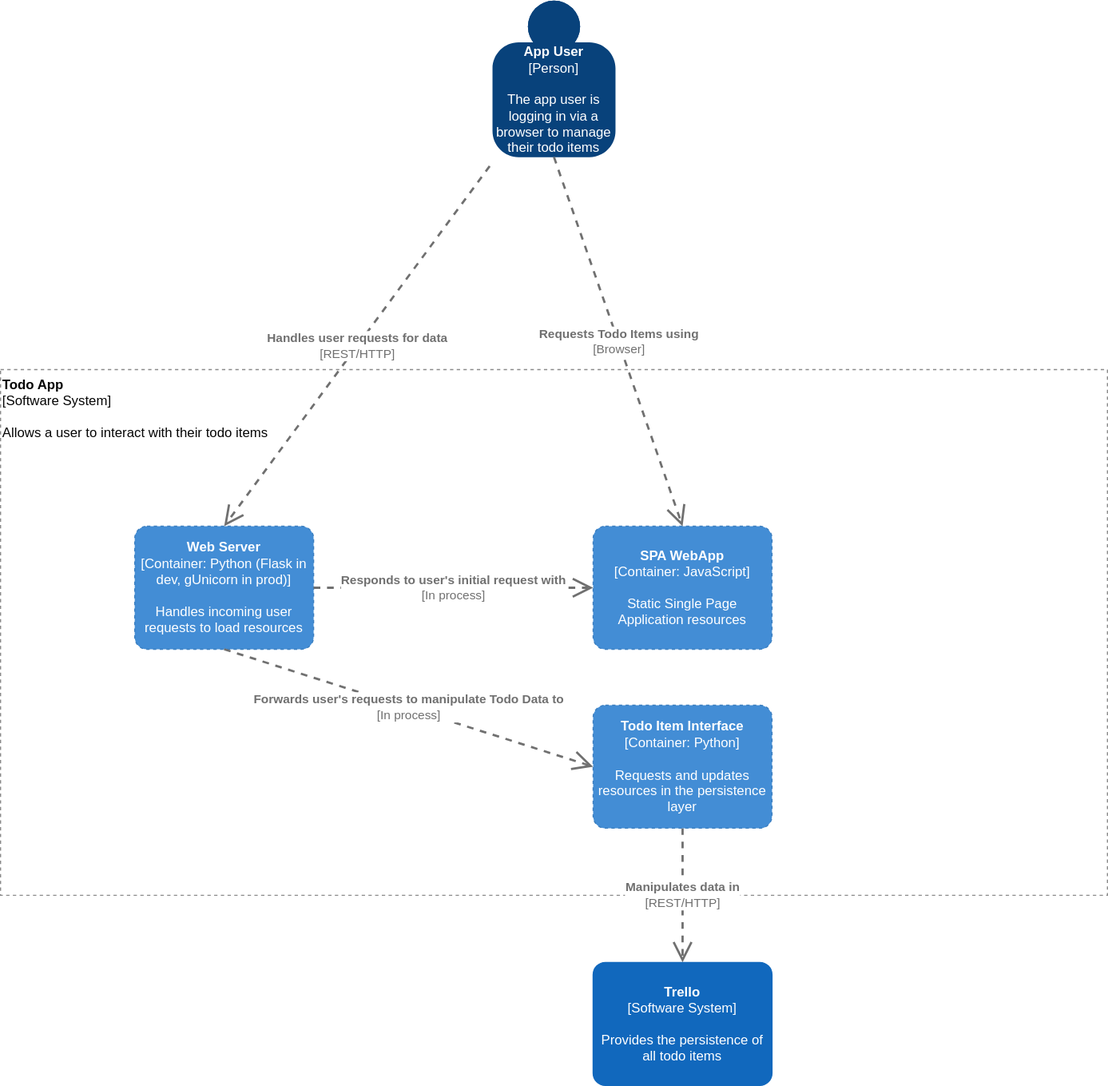
The draw.io diagram documentation/container.svg in pavittr/DevOps-Course-Starter, before a commit. Source tidied: cells renumbered, new cells last; positions are measured from the earlier drawing's top-left corner, leaving out a move shared by most shapes.
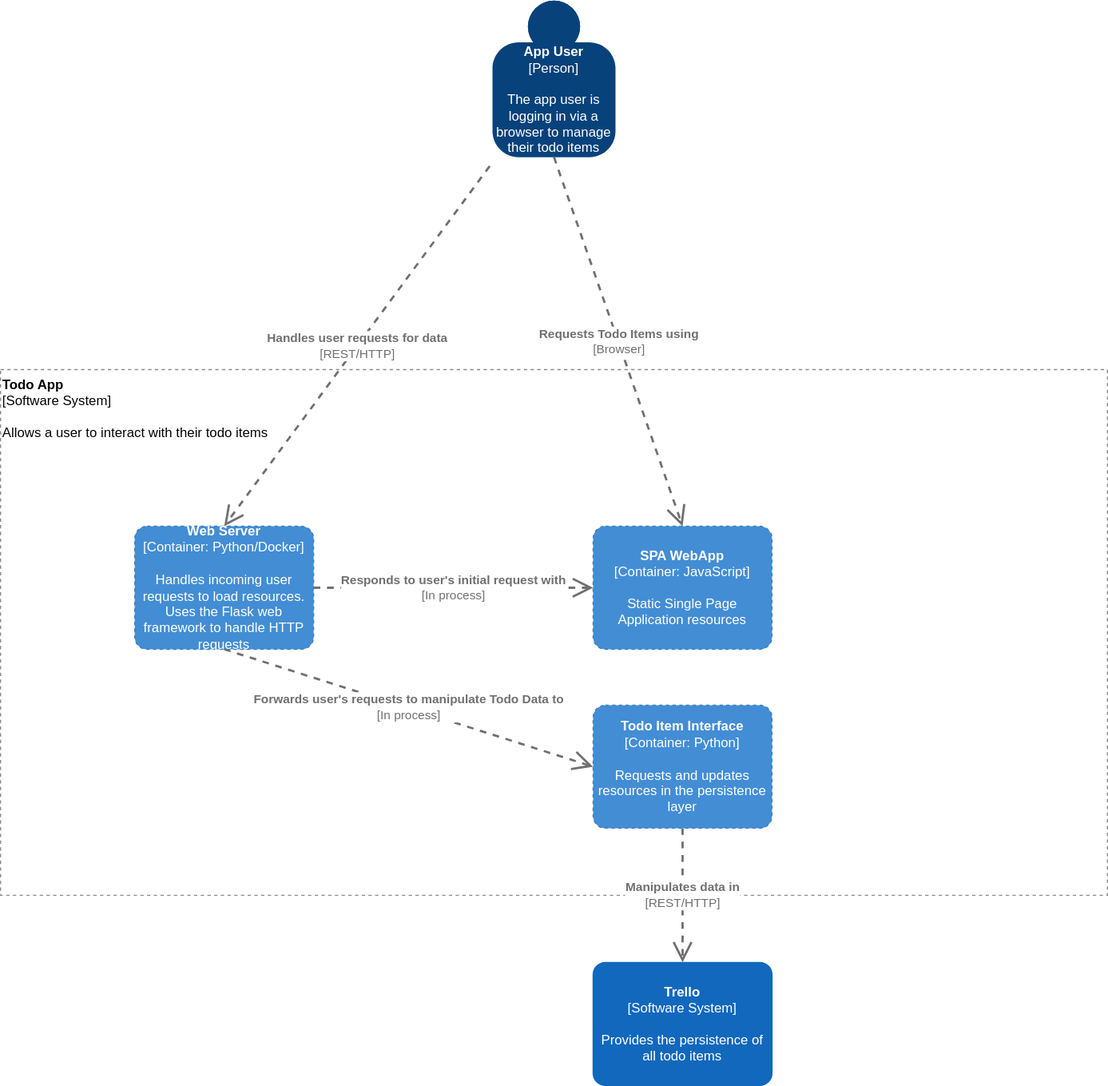
After the commit.

Diff of the diagram source:
```diff
@@ -27,7 +27,7 @@
         <mxGeometry x="530" y="860" width="160" height="110" as="geometry" />
       </mxCell>
     </object>
-    <object id="7" label="&lt;b&gt;%c4Name%&lt;/b&gt;&lt;div&gt;[%c4Type%: %c4Technology%]&lt;/div&gt;&lt;br&gt;&lt;div&gt;%c4Description%&lt;/div&gt;" c4Description="Handles incoming user requests to load resources" c4Name="Web Server" c4Technology="Python (Flask in dev, gUnicorn in prod)" c4Type="Container" placeholders="1">
+    <object id="7" label="&lt;b&gt;%c4Name%&lt;/b&gt;&lt;div&gt;[%c4Type%: %c4Technology%]&lt;/div&gt;&lt;br&gt;&lt;div&gt;%c4Description%&lt;/div&gt;" c4Description="Handles incoming user requests to load resources. Uses the Flask web framework to handle HTTP requests" c4Name="Web Server" c4Technology="Python/Docker" c4Type="Container" placeholders="1">
       <mxCell style="rounded=1;whiteSpace=wrap;html=1;labelBackgroundColor=none;fillColor=#438DD5;fontColor=#ffffff;align=center;arcSize=10;strokeColor=#3C7FC0;metaData={&quot;c4Type&quot;:{&quot;editable&quot;:false}};points=[[0.25,0,0],[0.5,0,0],[0.75,0,0],[1,0.25,0],[1,0.5,0],[1,0.75,0],[0.75,1,0],[0.5,1,0],[0.25,1,0],[0,0.75,0],[0,0.5,0],[0,0.25,0]];dashed=1;" parent="1" vertex="1">
         <mxGeometry x="120" y="470" width="160" height="110" as="geometry" />
       </mxCell>
```
